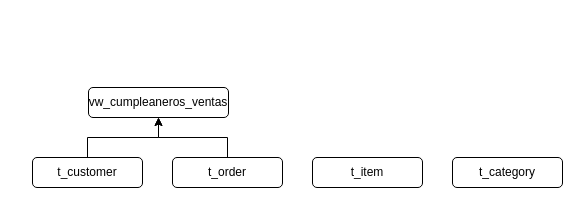
The draw.io diagram Diagrama sem nome.drawio in MelanieP20/PASSOS_MLC, before the edit. Source tidied: cells renumbered, new cells numbered last; positions are measured from the earlier drawing's top-left corner, leaving out a move shared by most shapes. Both pictures are drawn from the tidied source at 100%, with x=0, y=0 at pixel (32, 87).
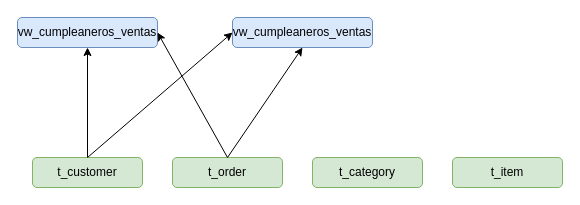
The same page after the edit.

Diff of the diagram source:
```diff
@@
 <mxGraphModel>
   <root>
     <mxCell id="0" />
     <mxCell id="1" parent="0" />
-    <mxCell id="2" value="t_category" style="rounded=1;whiteSpace=wrap;html=1;" parent="1" vertex="1">
-      <mxGeometry x="420" y="70" width="110" height="30" as="geometry" />
+    <mxCell id="2" value="t_category" style="rounded=1;whiteSpace=wrap;html=1;fillColor=#d5e8d4;strokeColor=#82b366;" parent="1" vertex="1">
+      <mxGeometry x="280" y="70" width="110" height="30" as="geometry" />
     </mxCell>
-    <mxCell id="3" style="edgeStyle=orthogonalEdgeStyle;rounded=0;jettySize=auto;html=1;" parent="1" edge="1" source="4" target="8">
-      <mxGeometry relative="1" as="geometry" />
-    </mxCell>
-    <mxCell id="4" value="t_order" style="rounded=1;whiteSpace=wrap;html=1;" parent="1" vertex="1">
+    <mxCell id="4" value="t_order" style="rounded=1;whiteSpace=wrap;html=1;fillColor=#d5e8d4;strokeColor=#82b366;" parent="1" vertex="1">
       <mxGeometry x="140" y="70" width="110" height="30" as="geometry" />
     </mxCell>
-    <mxCell id="5" value="t_item" style="rounded=1;whiteSpace=wrap;html=1;" parent="1" vertex="1">
-      <mxGeometry x="280" y="70" width="110" height="30" as="geometry" />
+    <mxCell id="5" value="t_item" style="rounded=1;whiteSpace=wrap;html=1;fillColor=#d5e8d4;strokeColor=#82b366;" parent="1" vertex="1">
+      <mxGeometry x="420" y="70" width="110" height="30" as="geometry" />
     </mxCell>
     <mxCell id="6" style="edgeStyle=orthogonalEdgeStyle;rounded=0;jettySize=auto;html=1;" parent="1" edge="1" source="7" target="8">
       <mxGeometry relative="1" as="geometry" />
     </mxCell>
-    <mxCell id="7" value="t_customer" style="rounded=1;whiteSpace=wrap;html=1;" parent="1" vertex="1">
+    <mxCell id="7" value="t_customer" style="rounded=1;whiteSpace=wrap;html=1;fillColor=#d5e8d4;strokeColor=#82b366;" parent="1" vertex="1">
       <mxGeometry y="70" width="110" height="30" as="geometry" />
     </mxCell>
-    <mxCell id="8" value="vw_cumpleaneros_ventas" style="rounded=1;whiteSpace=wrap;html=1;" parent="1" vertex="1">
-      <mxGeometry x="56" width="140" height="30" as="geometry" />
+    <mxCell id="8" value="vw_cumpleaneros_ventas" style="rounded=1;whiteSpace=wrap;html=1;fillColor=#dae8fc;strokeColor=#6c8ebf;" parent="1" vertex="1">
+      <mxGeometry x="-15" y="-70" width="140" height="30" as="geometry" />
     </mxCell>
+    <mxCell id="9" value="vw_cumpleaneros_ventas" style="rounded=1;whiteSpace=wrap;html=1;fillColor=#dae8fc;strokeColor=#6c8ebf;" parent="1" vertex="1">
+      <mxGeometry x="200" y="-70" width="140" height="30" as="geometry" />
+    </mxCell>
+    <mxCell id="10" style="edgeStyle=orthogonalEdgeStyle;rounded=0;orthogonalLoop=1;jettySize=auto;html=1;exitX=0.5;exitY=1;exitDx=0;exitDy=0;" parent="1" edge="1" source="8" target="8">
+      <mxGeometry relative="1" as="geometry" />
+    </mxCell>
+    <mxCell id="11" style="endArrow=classic;html=1;rounded=0;exitX=0.5;exitY=0;exitDx=0;exitDy=0;entryX=0.5;entryY=1;entryDx=0;entryDy=0;" parent="1" edge="1" source="4" target="9">
+      <mxGeometry relative="1" as="geometry" />
+    </mxCell>
+    <mxCell id="12" style="endArrow=classic;html=1;rounded=0;entryX=1;entryY=0.5;entryDx=0;entryDy=0;" parent="1" edge="1" target="8">
+      <mxGeometry relative="1" as="geometry">
+        <mxPoint x="195" y="70" as="sourcePoint" />
+      </mxGeometry>
+    </mxCell>
+    <mxCell id="13" style="endArrow=classic;html=1;rounded=0;entryX=0;entryY=0.5;entryDx=0;entryDy=0;exitX=0.5;exitY=0;exitDx=0;exitDy=0;" parent="1" edge="1" source="7" target="9">
+      <mxGeometry relative="1" as="geometry" />
+    </mxCell>
   </root>
 </mxGraphModel>
```
